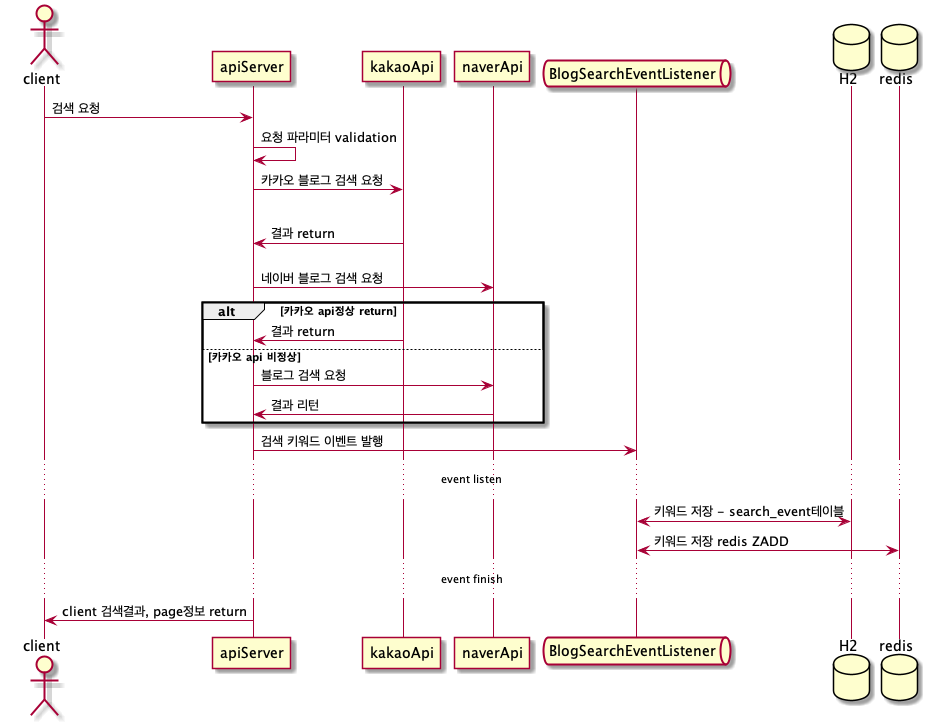
Before: blogSearch.png, a diagram exported from PlantUML (greenpkj/greenpkj). The source it was exported from:
```plantuml
@startuml

actor client
participant apiServer
participant kakaoApi
participant naverApi
queue BlogSearchEventListener
database H2
database redis

client -> apiServer: 검색 요청

apiServer -> apiServer : 요청 파라미터 validation

apiServer -> kakaoApi : 카카오 블로그 검색 요청

alt successful case

    kakaoApi -> apiServer: 결과 return

else kakak api 통신 실패시

    apiServer -> naverApi: 네이버 블로그 검색 요청


alt 카카오 api정상 return
    kakaoApi -> apiServer: 결과 return

else 카카오 api 비정상
    apiServer -> naverApi: 블로그 검색 요청
    naverApi -> apiServer: 결과 리턴
end

apiServer -> BlogSearchEventListener: 검색 키워드 이벤트 발행

... event listen ...
BlogSearchEventListener <-> H2 : 키워드 저장 - search_event테이블
BlogSearchEventListener <-> redis : 키워드 저장 redis ZADD
... event finish ...

apiServer -> client : client 검색결과, page정보 return
@enduml
```
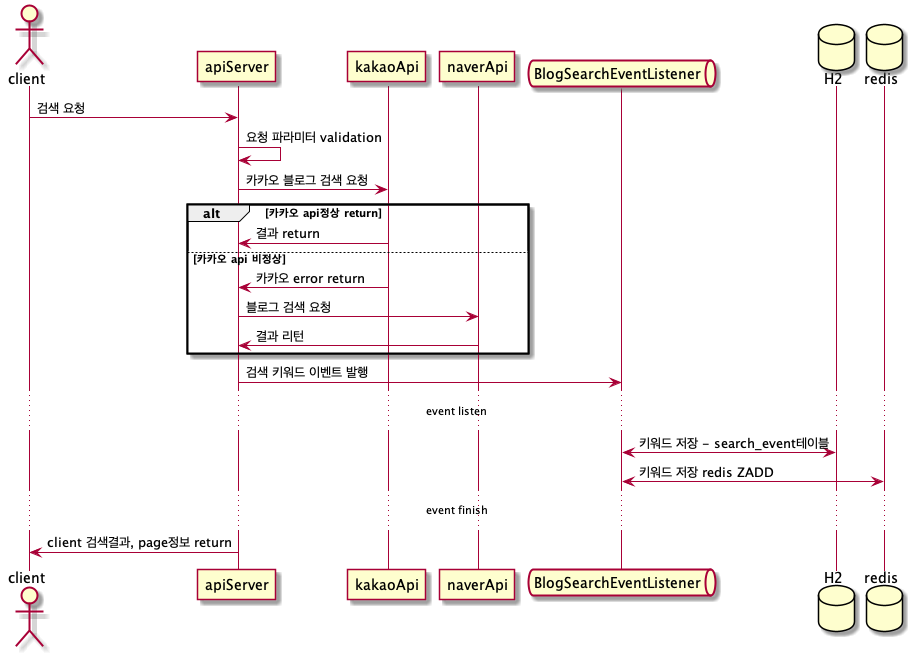
The same file after the commit.

Commit message:
다이어그램 fix

Diff of the diagram source:
```diff
@@ -14,19 +14,11 @@
 
 apiServer -> kakaoApi : 카카오 블로그 검색 요청
 
-alt successful case
-
-    kakaoApi -> apiServer: 결과 return
-
-else kakak api 통신 실패시
-
-    apiServer -> naverApi: 네이버 블로그 검색 요청
-
-
 alt 카카오 api정상 return
     kakaoApi -> apiServer: 결과 return
 
 else 카카오 api 비정상
+    kakaoApi -> apiServer : 카카오 error return
     apiServer -> naverApi: 블로그 검색 요청
     naverApi -> apiServer: 결과 리턴
 end
```
